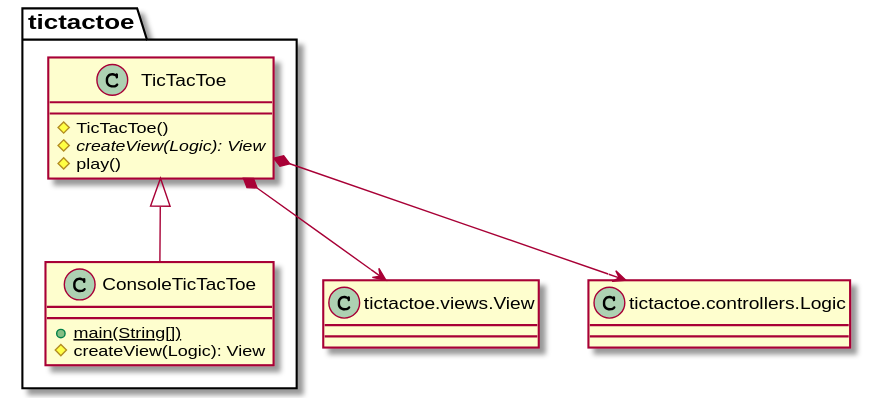
Above: modelViewPresenter/presentationModel/withFacade/docs/diagrams/out/paquetes/paqueteTicTacToe.svg in Jolucaa/USantaTecla-project-ticTacToe (PlantUML), before the change. The source it was exported from:
```plantuml
@startuml
class View as "tictactoe.views.View" {}
class Logic as "tictactoe.controllers.Logic" {}

class tictactoe.TicTacToe{
  # TicTacToe()
  # {abstract} createView(Logic): View
  # play()
}
tictactoe.TicTacToe *-down-> View
tictactoe.TicTacToe *-down-> Logic

class tictactoe.ConsoleTicTacToe{
  + {static} main(String[])
  # createView(Logic): View
}
tictactoe.TicTacToe <|-down- tictactoe.ConsoleTicTacToe
@enduml
```
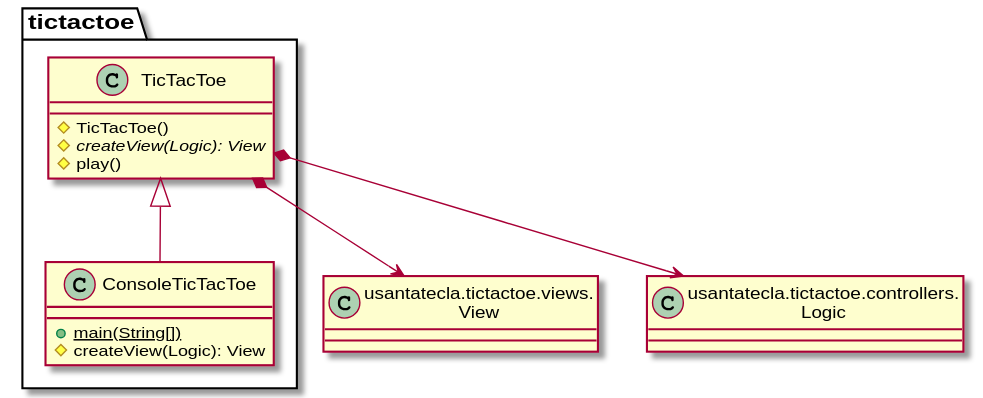
Above is the later version.

Change to the diagram source:
```diff
@@ -1,6 +1,6 @@
 @startuml
-class View as "tictactoe.views.View" {}
-class Logic as "tictactoe.controllers.Logic" {}
+class View as "usantatecla.tictactoe.views.\nView" {}
+class Logic as "usantatecla.tictactoe.controllers.\nLogic" {}
 
 class tictactoe.TicTacToe{
   # TicTacToe()
```
